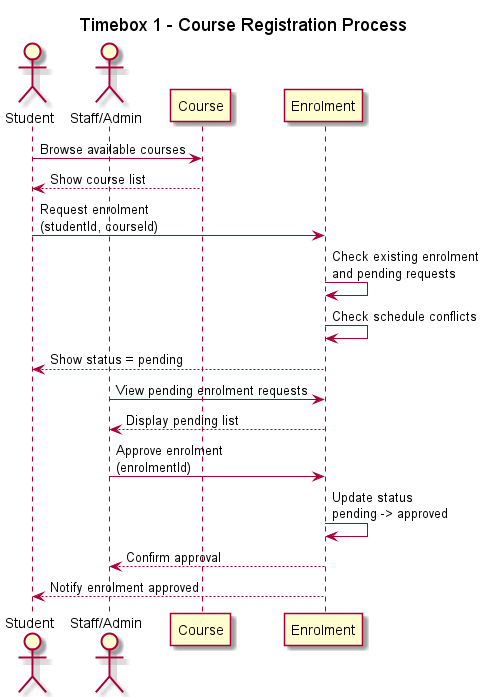
The PlantUML diagram out/sequence/Timebox1_SequenceDiagram/Timebox1_SequenceDiagram.png in KyawMyoHtay1/academic-portal, before a commit.
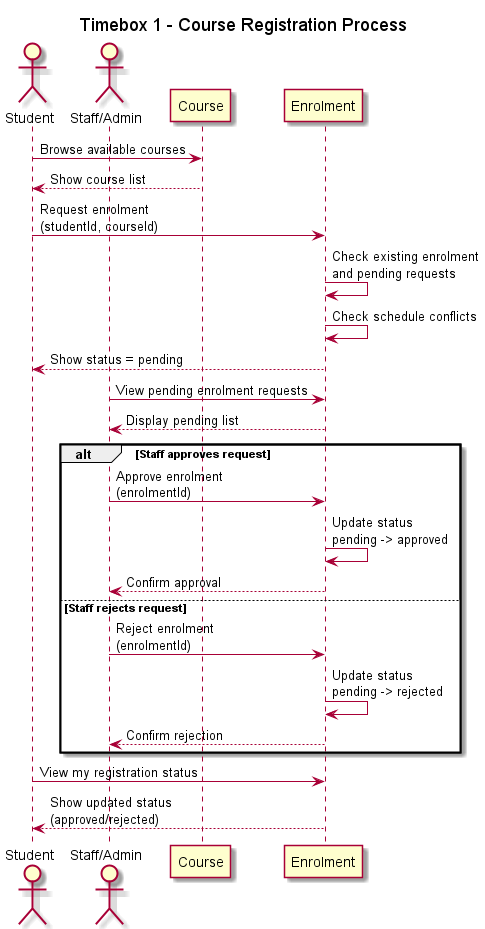
After the commit.

Commit message:
Update sequence diagrams: Replace existing PNG files for Timebox1 and Timebox2 sequences, and update Timebox3 sequences to reflect the latest design changes.

Diff of the diagram source:
```diff
@@ -18,10 +18,17 @@
 Staff -> Enrolment: View pending enrolment requests
 Enrolment --> Staff: Display pending list
 
-Staff -> Enrolment: Approve enrolment\n(enrolmentId)
-Enrolment -> Enrolment: Update status\npending -> approved
-Enrolment --> Staff: Confirm approval
+alt Staff approves request
+  Staff -> Enrolment: Approve enrolment\n(enrolmentId)
+  Enrolment -> Enrolment: Update status\npending -> approved
+  Enrolment --> Staff: Confirm approval
+else Staff rejects request
+  Staff -> Enrolment: Reject enrolment\n(enrolmentId)
+  Enrolment -> Enrolment: Update status\npending -> rejected
+  Enrolment --> Staff: Confirm rejection
+end
 
-Enrolment --> Student: Notify enrolment approved
+Student -> Enrolment: View my registration status
+Enrolment --> Student: Show updated status\n(approved/rejected)
 
 @enduml
```
